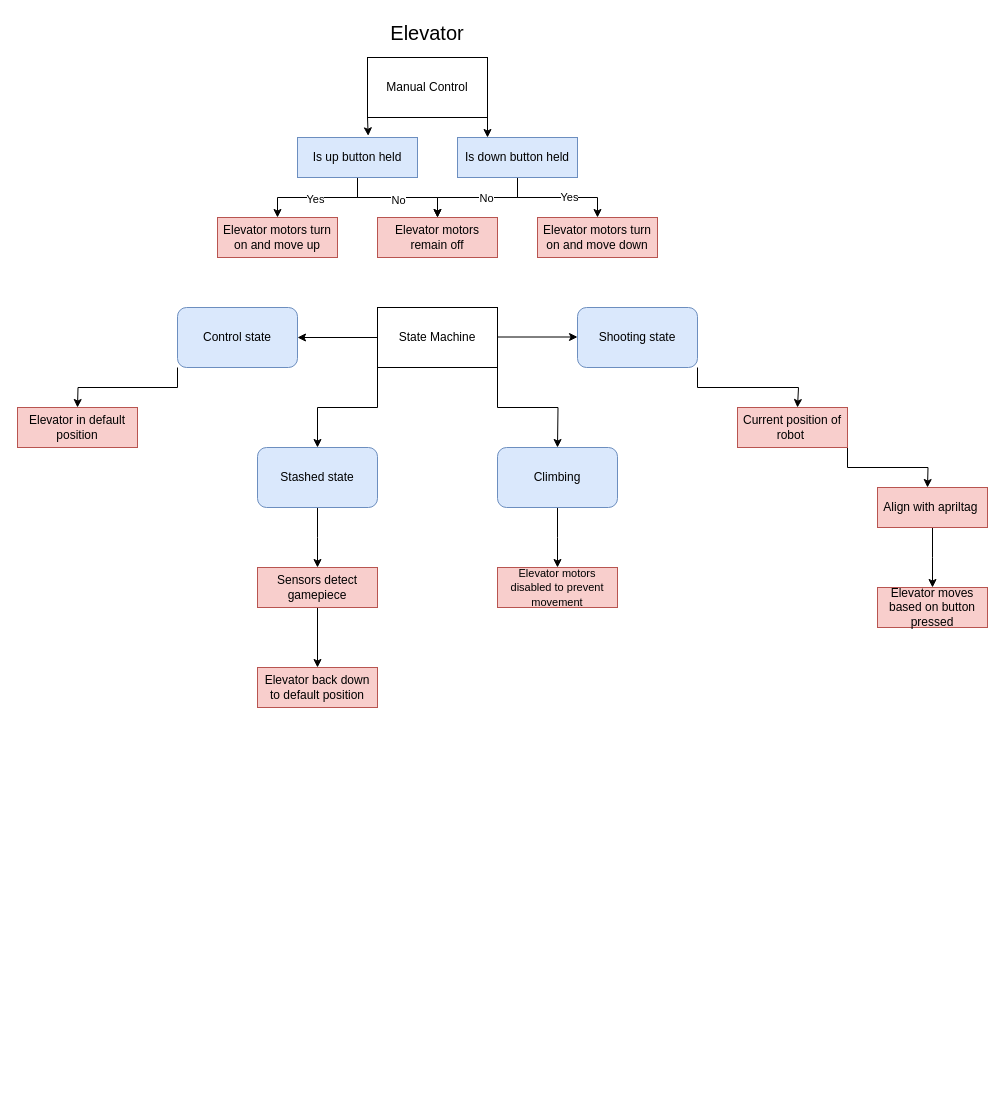
Above: docs/Flowcharts/Elevator Diagram.drawio.xml in Trex4935/2025 (draw.io), before the change. Source tidied: cells renumbered, new cells numbered last; positions are measured from the earlier drawing's top-left corner, leaving out a move shared by most shapes. Both pictures are drawn from the tidied source at 100%, with x=0, y=0 at pixel (17, 17).
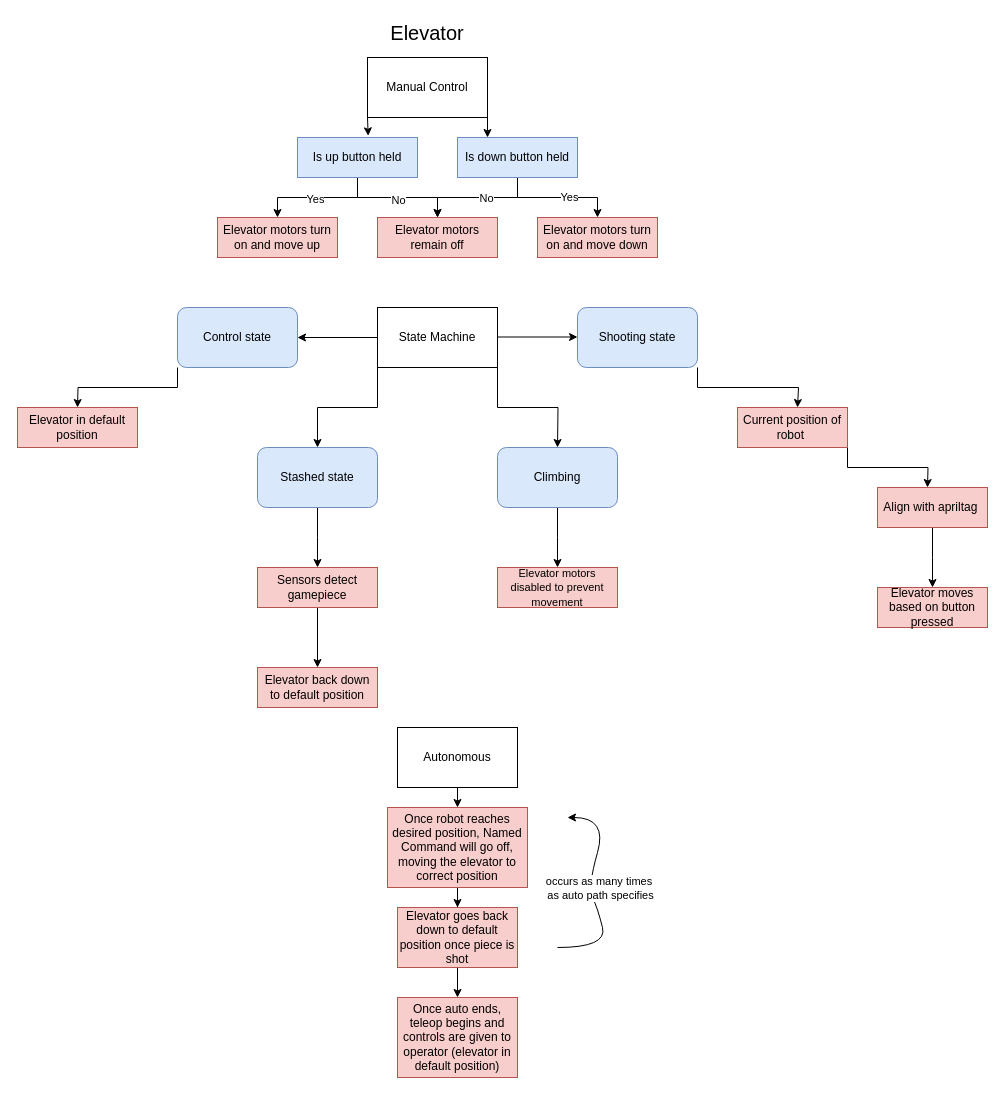
The same diagram, later.

Commit message (it also covers changes not shown here):
simplified the flowcharts for life cycle and added details for elevator, intake, shooter

Diff of the diagram source:
```diff
@@
+    <mxCell id="42" style="edgeStyle=orthogonalEdgeStyle;rounded=0;jettySize=auto;html=1;exitX=0.5;exitY=1;exitDx=0;exitDy=0;entryX=0.5;entryY=0;entryDx=0;entryDy=0;" parent="1" edge="1" source="43" target="45">
+      <mxGeometry relative="1" as="geometry" />
+    </mxCell>
+    <mxCell id="43" value="Autonomous" style="rounded=0;whiteSpace=wrap;html=1;" parent="1" vertex="1">
+      <mxGeometry x="380" y="710" width="120" height="60" as="geometry" />
+    </mxCell>
+    <mxCell id="44" style="edgeStyle=orthogonalEdgeStyle;rounded=0;jettySize=auto;html=1;exitX=0.5;exitY=1;exitDx=0;exitDy=0;" parent="1" edge="1" source="45" target="47">
+      <mxGeometry relative="1" as="geometry" />
+    </mxCell>
+    <mxCell id="45" value="Once robot reaches desired position, Named Command will go off, moving the elevator to correct position" style="rounded=0;whiteSpace=wrap;html=1;fillColor=#f8cecc;strokeColor=#b85450;" parent="1" vertex="1">
+      <mxGeometry x="370" y="790" width="140" height="80" as="geometry" />
+    </mxCell>
+    <mxCell id="46" style="edgeStyle=orthogonalEdgeStyle;rounded=0;jettySize=auto;html=1;exitX=0.5;exitY=1;exitDx=0;exitDy=0;entryX=0.5;entryY=0;entryDx=0;entryDy=0;" parent="1" edge="1" source="47" target="48">
+      <mxGeometry relative="1" as="geometry" />
+    </mxCell>
+    <mxCell id="47" value="Elevator goes back down to default position once piece is shot" style="rounded=0;whiteSpace=wrap;html=1;fillColor=#f8cecc;strokeColor=#b85450;" parent="1" vertex="1">
+      <mxGeometry x="380" y="890" width="120" height="60" as="geometry" />
+    </mxCell>
+    <mxCell id="48" value="Once auto ends, teleop begins and controls are given to operator (elevator in default position)" style="rounded=0;whiteSpace=wrap;html=1;fillColor=#f8cecc;strokeColor=#b85450;" parent="1" vertex="1">
+      <mxGeometry x="380" y="980" width="120" height="80" as="geometry" />
+    </mxCell>
+    <mxCell id="49" style="curved=1;endArrow=classic;html=1;rounded=0;" parent="1" edge="1">
+      <mxGeometry relative="1" as="geometry">
+        <mxPoint x="540" y="930" as="sourcePoint" />
+        <mxPoint x="550" y="800" as="targetPoint" />
+        <Array as="points">
+          <mxPoint x="590" y="930" />
+          <mxPoint x="580" y="890" />
+          <mxPoint x="570" y="870" />
+          <mxPoint x="590" y="800" />
+        </Array>
+      </mxGeometry>
+    </mxCell>
+    <mxCell id="50" value="occurs as many times&amp;nbsp;&lt;div&gt;as auto path specifies&lt;/div&gt;" style="edgeLabel;html=1;align=center;verticalAlign=middle;" parent="49" vertex="1">
+      <mxGeometry x="-0.05" y="-10" relative="1" as="geometry">
+        <mxPoint x="1" as="offset" />
+      </mxGeometry>
+    </mxCell>
```
